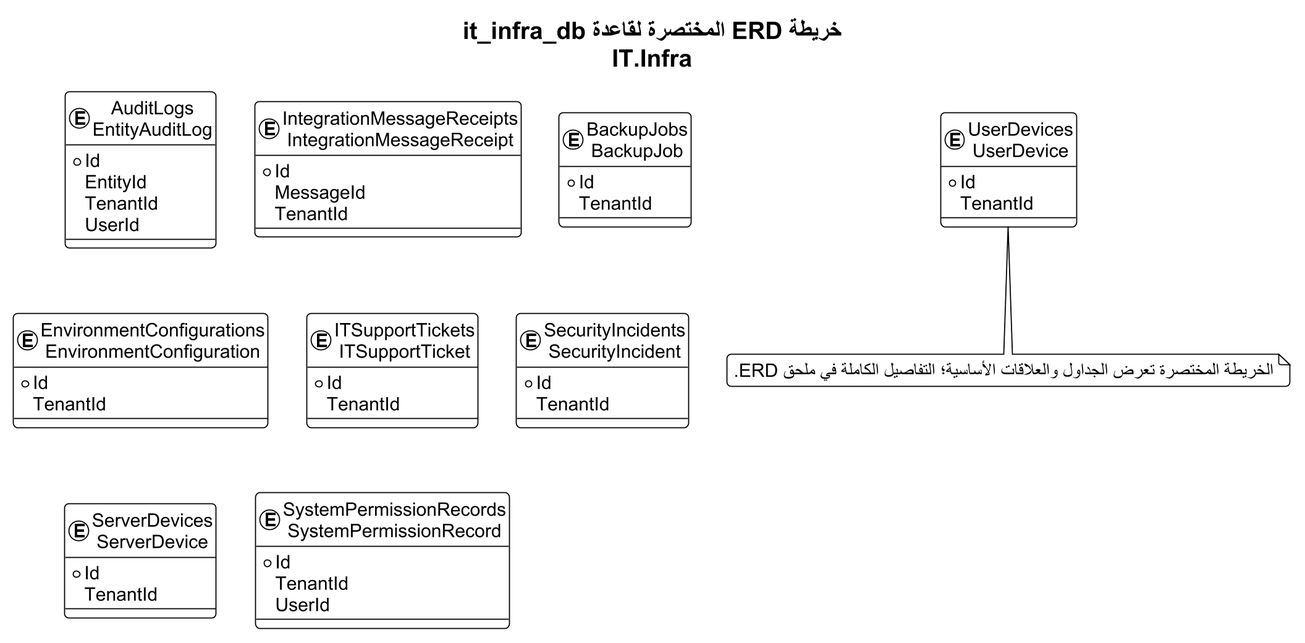
The PlantUML diagram docs/thesis_diagrams/database_erdds/compact_rendered/13_itinfra_compact.png in omardefdev/HRManagement, before a commit.
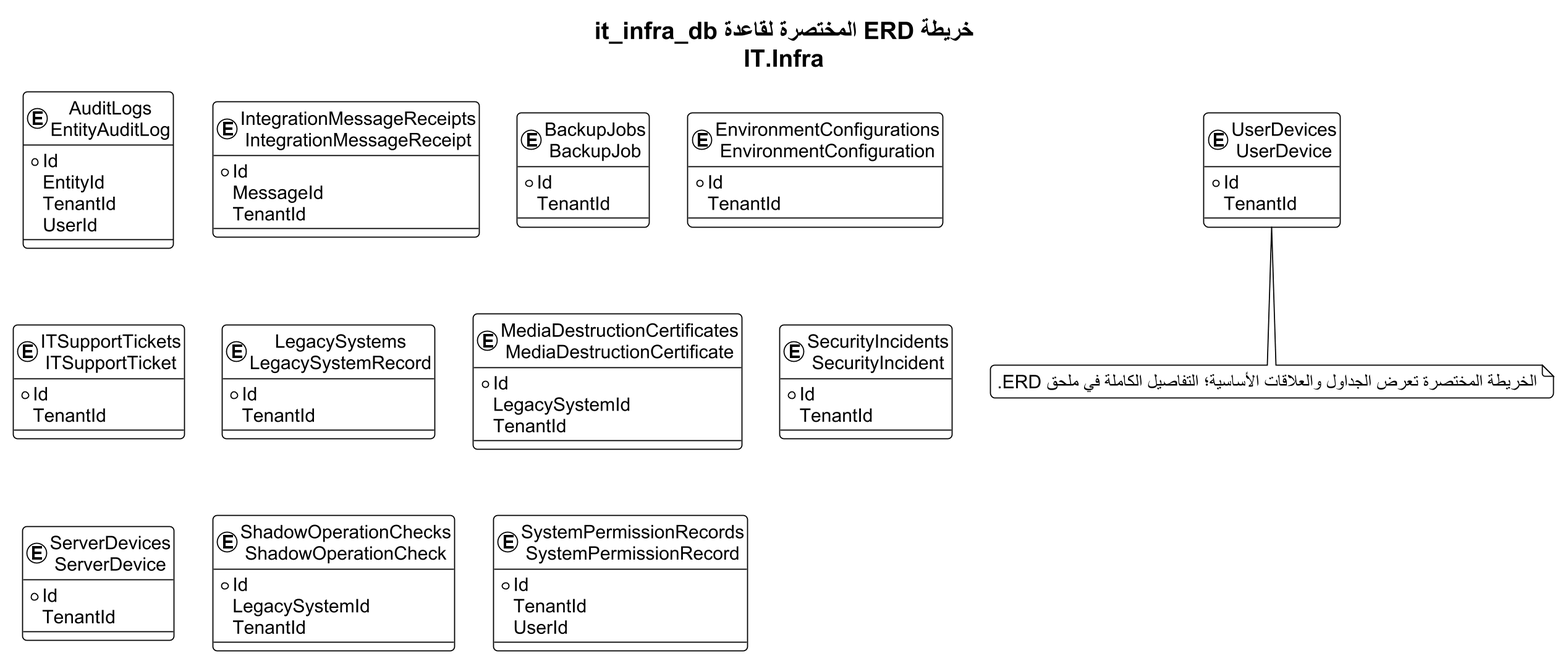
The same diagram one commit later.

The edit, as a diff of the source:
```diff
@@ -35,20 +35,34 @@
   * Id
     TenantId
 }
-entity "SecurityIncidents\nSecurityIncident" as T06 {
+entity "LegacySystems\nLegacySystemRecord" as T06 {
   * Id
     TenantId
 }
-entity "ServerDevices\nServerDevice" as T07 {
+entity "MediaDestructionCertificates\nMediaDestructionCertificate" as T07 {
+  * Id
+    LegacySystemId
+    TenantId
+}
+entity "SecurityIncidents\nSecurityIncident" as T08 {
   * Id
     TenantId
 }
-entity "SystemPermissionRecords\nSystemPermissionRecord" as T08 {
+entity "ServerDevices\nServerDevice" as T09 {
+  * Id
+    TenantId
+}
+entity "ShadowOperationChecks\nShadowOperationCheck" as T10 {
+  * Id
+    LegacySystemId
+    TenantId
+}
+entity "SystemPermissionRecords\nSystemPermissionRecord" as T11 {
   * Id
     TenantId
     UserId
 }
-entity "UserDevices\nUserDevice" as T09 {
+entity "UserDevices\nUserDevice" as T12 {
   * Id
     TenantId
 }
```
